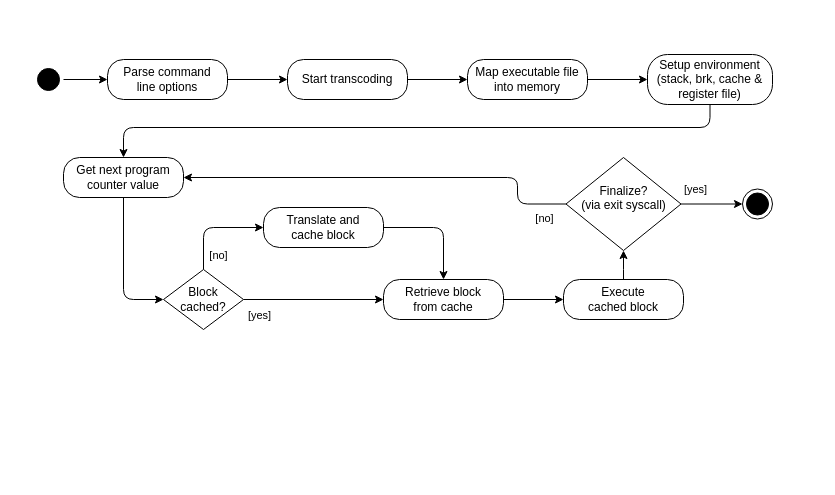
This is documentation/paper/media/strategy.drawio from ria-jit/ria-jit, a draw.io file, before an edit. Source tidied: cells renumbered, new cells numbered last; positions are measured from the earlier drawing's top-left corner, leaving out a move shared by most shapes. Both pictures are drawn from the tidied source at 100%, with x=0, y=0 at pixel (33, 54).
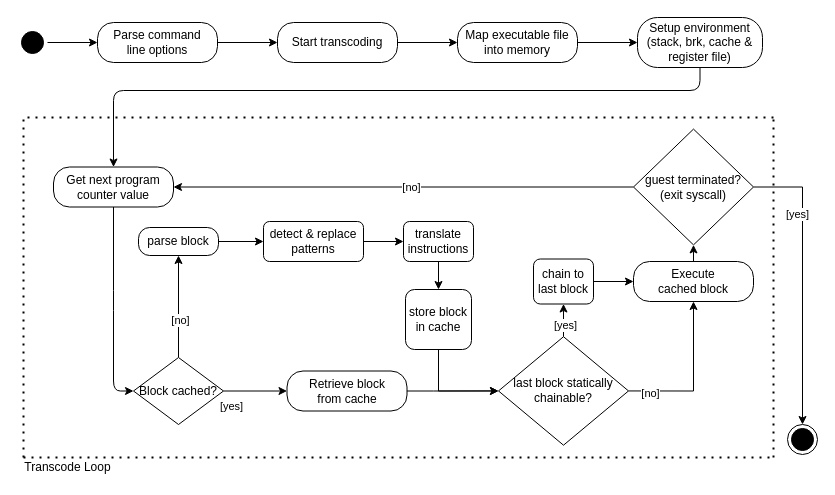
After the change.

The edit, as a diff of the source:
```diff
@@
     <mxCell id="3" style="ellipse;html=1;shape=startState;fillColor=#000000;" parent="1" vertex="1">
-      <mxGeometry y="10" width="30" height="30" as="geometry" />
+      <mxGeometry x="-16" y="-27" width="30" height="30" as="geometry" />
     </mxCell>
@@
     <mxCell id="5" value="Parse command&lt;br&gt;line options" style="rounded=1;whiteSpace=wrap;html=1;arcSize=40;" parent="1" vertex="1">
-      <mxGeometry x="74" y="5" width="120" height="40" as="geometry" />
+      <mxGeometry x="64" y="-32" width="120" height="40" as="geometry" />
     </mxCell>
@@
     <mxCell id="7" value="Start transcoding" style="rounded=1;whiteSpace=wrap;html=1;arcSize=40;" parent="1" vertex="1">
-      <mxGeometry x="254" y="5" width="120" height="40" as="geometry" />
+      <mxGeometry x="244" y="-32" width="120" height="40" as="geometry" />
     </mxCell>
@@
     <mxCell id="9" value="Map executable file into memory" style="rounded=1;whiteSpace=wrap;html=1;arcSize=40;" parent="1" vertex="1">
-      <mxGeometry x="434" y="5" width="120" height="40" as="geometry" />
+      <mxGeometry x="424" y="-32" width="120" height="40" as="geometry" />
     </mxCell>
     <mxCell id="10" style="edgeStyle=orthogonalEdgeStyle;rounded=1;jettySize=auto;html=1;entryX=0.5;entryY=0;entryDx=0;entryDy=0;" parent="1" edge="1" source="11" target="19">
       <mxGeometry relative="1" as="geometry">
         <Array as="points">
-          <mxPoint x="677" y="73" />
-          <mxPoint x="90" y="73" />
+          <mxPoint x="667" y="36" />
+          <mxPoint x="80" y="36" />
         </Array>
       </mxGeometry>
     </mxCell>
     <mxCell id="11" value="Setup environment (stack, brk, cache &amp;amp; register file)" style="rounded=1;whiteSpace=wrap;html=1;arcSize=40;" parent="1" vertex="1">
-      <mxGeometry x="614" width="125" height="50" as="geometry" />
+      <mxGeometry x="604" y="-37" width="125" height="50" as="geometry" />
     </mxCell>
-    <mxCell id="12" style="edgeStyle=orthogonalEdgeStyle;jettySize=auto;html=1;entryX=1;entryY=0.5;entryDx=0;entryDy=0;rounded=1;" parent="1" edge="1" source="16" target="19">
-      <mxGeometry relative="1" as="geometry">
-        <Array as="points">
-          <mxPoint x="484" y="150" />
-          <mxPoint x="484" y="123" />
-        </Array>
-      </mxGeometry>
-    </mxCell>
-    <mxCell id="13" value="[no]" style="edgeLabel;html=1;align=center;verticalAlign=middle;" parent="12" vertex="1">
-      <mxGeometry x="-0.9" y="1" relative="1" as="geometry">
-        <mxPoint x="-2" y="12.5" as="offset" />
-      </mxGeometry>
-    </mxCell>
-    <mxCell id="14" style="edgeStyle=orthogonalEdgeStyle;rounded=1;jettySize=auto;html=1;entryX=0;entryY=0.5;entryDx=0;entryDy=0;" parent="1" edge="1" source="16" target="17">
-      <mxGeometry relative="1" as="geometry" />
-    </mxCell>
-    <mxCell id="15" value="[yes]" style="edgeLabel;html=1;align=center;verticalAlign=middle;" parent="14" vertex="1">
-      <mxGeometry x="-0.56" y="3" relative="1" as="geometry">
-        <mxPoint y="-12" as="offset" />
-      </mxGeometry>
-    </mxCell>
-    <mxCell id="16" value="Finalize?&lt;br&gt;(via exit syscall)" style="rhombus;whiteSpace=wrap;html=1;labelPosition=center;verticalLabelPosition=middle;align=center;verticalAlign=top;spacingTop=20;" parent="1" vertex="1">
-      <mxGeometry x="532.5" y="103" width="115" height="93" as="geometry" />
-    </mxCell>
     <mxCell id="17" style="ellipse;html=1;shape=endState;fillColor=#000000;" parent="1" vertex="1">
-      <mxGeometry x="709" y="134.5" width="30" height="30" as="geometry" />
+      <mxGeometry x="754" y="370" width="30" height="30" as="geometry" />
     </mxCell>
     <mxCell id="18" style="edgeStyle=orthogonalEdgeStyle;rounded=1;jettySize=auto;html=1;entryX=0;entryY=0.5;entryDx=0;entryDy=0;" parent="1" edge="1" source="19" target="26">
       <mxGeometry relative="1" as="geometry">
         <Array as="points">
-          <mxPoint x="90" y="245" />
+          <mxPoint x="80" y="246" />
+          <mxPoint x="80" y="246" />
         </Array>
       </mxGeometry>
     </mxCell>
     <mxCell id="19" value="Get next program counter value" style="rounded=1;whiteSpace=wrap;html=1;arcSize=40;" parent="1" vertex="1">
-      <mxGeometry x="30" y="103" width="120" height="40" as="geometry" />
+      <mxGeometry x="20" y="112.5" width="120" height="40" as="geometry" />
     </mxCell>
-    <mxCell id="20" style="edgeStyle=orthogonalEdgeStyle;rounded=1;jettySize=auto;html=1;entryX=0;entryY=0.5;entryDx=0;entryDy=0;" parent="1" edge="1" source="21" target="30">
-      <mxGeometry relative="1" as="geometry" />
-    </mxCell>
+    <mxCell id="31" style="edgeStyle=orthogonalEdgeStyle;rounded=0;jettySize=auto;html=1;exitX=1;exitY=0.5;exitDx=0;exitDy=0;entryX=0;entryY=0.5;entryDx=0;entryDy=0;" parent="1" edge="1" source="21" target="45">
+      <mxGeometry relative="1" as="geometry">
+        <Array as="points">
+          <mxPoint x="400" y="337" />
+          <mxPoint x="400" y="337" />
+        </Array>
+      </mxGeometry>
+    </mxCell>
     <mxCell id="21" value="Retrieve block&lt;br&gt;from cache" style="rounded=1;whiteSpace=wrap;html=1;arcSize=40;" parent="1" vertex="1">
-      <mxGeometry x="350" y="225" width="120" height="40" as="geometry" />
+      <mxGeometry x="253.5" y="316.5" width="120" height="40" as="geometry" />
     </mxCell>
-    <mxCell id="22" style="edgeStyle=orthogonalEdgeStyle;rounded=1;jettySize=auto;html=1;entryX=0;entryY=0.5;entryDx=0;entryDy=0;exitX=0.5;exitY=0;exitDx=0;exitDy=0;" parent="1" edge="1" source="26" target="28">
-      <mxGeometry relative="1" as="geometry" />
-    </mxCell>
-    <mxCell id="23" value="[no]" style="edgeLabel;html=1;align=center;verticalAlign=middle;" parent="22" vertex="1">
-      <mxGeometry x="-0.7" y="-1" relative="1" as="geometry">
-        <mxPoint x="13" as="offset" />
-      </mxGeometry>
-    </mxCell>
@@
+    <mxCell id="22" style="edgeStyle=orthogonalEdgeStyle;rounded=0;jettySize=auto;html=1;exitX=0.5;exitY=0;exitDx=0;exitDy=0;entryX=0.5;entryY=1;entryDx=0;entryDy=0;" parent="1" edge="1" source="26" target="28">
+      <mxGeometry relative="1" as="geometry" />
+    </mxCell>
+    <mxCell id="32" value="[no]" style="edgeLabel;html=1;align=center;verticalAlign=middle;" parent="22" vertex="1">
+      <mxGeometry x="-0.26" y="-1" relative="1" as="geometry" />
+    </mxCell>
     <mxCell id="26" value="Block cached?" style="rhombus;whiteSpace=wrap;html=1;" parent="1" vertex="1">
-      <mxGeometry x="130" y="215" width="80" height="60" as="geometry" />
+      <mxGeometry x="100" y="303" width="90" height="67" as="geometry" />
     </mxCell>
-    <mxCell id="27" style="edgeStyle=orthogonalEdgeStyle;rounded=1;jettySize=auto;html=1;entryX=0.5;entryY=0;entryDx=0;entryDy=0;exitX=1;exitY=0.5;exitDx=0;exitDy=0;" parent="1" edge="1" source="28" target="21">
-      <mxGeometry relative="1" as="geometry" />
-    </mxCell>
+    <mxCell id="33" style="edgeStyle=orthogonalEdgeStyle;rounded=0;jettySize=auto;html=1;exitX=1;exitY=0.5;exitDx=0;exitDy=0;" parent="1" edge="1" source="28" target="36">
+      <mxGeometry relative="1" as="geometry" />
+    </mxCell>
-    <mxCell id="28" value="Translate and&lt;br&gt;cache block" style="rounded=1;whiteSpace=wrap;html=1;arcSize=40;" parent="1" vertex="1">
-      <mxGeometry x="230" y="153" width="120" height="40" as="geometry" />
+    <mxCell id="28" value="parse block" style="rounded=1;whiteSpace=wrap;html=1;arcSize=40;" parent="1" vertex="1">
+      <mxGeometry x="105" y="173" width="80" height="28" as="geometry" />
     </mxCell>
-    <mxCell id="29" style="edgeStyle=orthogonalEdgeStyle;rounded=1;jettySize=auto;html=1;entryX=0.5;entryY=1;entryDx=0;entryDy=0;" parent="1" edge="1" source="30" target="16">
-      <mxGeometry relative="1" as="geometry" />
-    </mxCell>
+    <mxCell id="34" style="edgeStyle=orthogonalEdgeStyle;rounded=0;jettySize=auto;html=1;exitX=0.5;exitY=0;exitDx=0;exitDy=0;entryX=0.5;entryY=1;entryDx=0;entryDy=0;" parent="1" edge="1" source="30" target="50">
+      <mxGeometry relative="1" as="geometry" />
+    </mxCell>
     <mxCell id="30" value="Execute&lt;br&gt;cached block" style="rounded=1;whiteSpace=wrap;html=1;arcSize=40;" parent="1" vertex="1">
-      <mxGeometry x="530" y="225" width="120" height="40" as="geometry" />
+      <mxGeometry x="600" y="207" width="120" height="40" as="geometry" />
     </mxCell>
+    <mxCell id="35" style="edgeStyle=orthogonalEdgeStyle;rounded=0;jettySize=auto;html=1;exitX=1;exitY=0.5;exitDx=0;exitDy=0;entryX=0;entryY=0.5;entryDx=0;entryDy=0;" parent="1" edge="1" source="36" target="38">
+      <mxGeometry relative="1" as="geometry" />
+    </mxCell>
+    <mxCell id="36" value="detect &amp;amp; replace patterns" style="rounded=1;whiteSpace=wrap;html=1;" parent="1" vertex="1">
+      <mxGeometry x="230" y="167" width="100" height="40" as="geometry" />
+    </mxCell>
+    <mxCell id="37" style="edgeStyle=orthogonalEdgeStyle;rounded=0;jettySize=auto;html=1;exitX=0.5;exitY=1;exitDx=0;exitDy=0;entryX=0.5;entryY=0;entryDx=0;entryDy=0;" parent="1" edge="1" source="38" target="40">
+      <mxGeometry relative="1" as="geometry" />
+    </mxCell>
+    <mxCell id="38" value="translate instructions" style="rounded=1;whiteSpace=wrap;html=1;" parent="1" vertex="1">
+      <mxGeometry x="370" y="167" width="70" height="40" as="geometry" />
+    </mxCell>
+    <mxCell id="39" style="edgeStyle=orthogonalEdgeStyle;rounded=0;jettySize=auto;html=1;exitX=0.5;exitY=1;exitDx=0;exitDy=0;entryX=0;entryY=0.5;entryDx=0;entryDy=0;" parent="1" edge="1" source="40" target="45">
+      <mxGeometry relative="1" as="geometry">
+        <Array as="points">
+          <mxPoint x="405" y="337" />
+        </Array>
+      </mxGeometry>
+    </mxCell>
+    <mxCell id="40" value="store block in cache" style="rounded=1;whiteSpace=wrap;html=1;" parent="1" vertex="1">
+      <mxGeometry x="372" y="235" width="66" height="60" as="geometry" />
+    </mxCell>
+    <mxCell id="41" style="edgeStyle=orthogonalEdgeStyle;rounded=0;jettySize=auto;html=1;exitX=1;exitY=0.5;exitDx=0;exitDy=0;entryX=0.5;entryY=1;entryDx=0;entryDy=0;" parent="1" edge="1" source="45" target="30">
+      <mxGeometry relative="1" as="geometry" />
+    </mxCell>
+    <mxCell id="42" value="[no]" style="edgeLabel;html=1;align=center;verticalAlign=middle;" parent="41" vertex="1">
+      <mxGeometry x="-0.71" y="-1" relative="1" as="geometry">
+        <mxPoint y="1" as="offset" />
+      </mxGeometry>
+    </mxCell>
+    <mxCell id="43" style="edgeStyle=orthogonalEdgeStyle;rounded=0;jettySize=auto;html=1;exitX=0.5;exitY=0;exitDx=0;exitDy=0;entryX=0.5;entryY=1;entryDx=0;entryDy=0;" parent="1" edge="1" source="45" target="52">
+      <mxGeometry relative="1" as="geometry" />
+    </mxCell>
+    <mxCell id="44" value="[yes]" style="edgeLabel;html=1;align=center;verticalAlign=middle;" parent="43" vertex="1">
+      <mxGeometry x="-0.25" y="-1" relative="1" as="geometry" />
+    </mxCell>
+    <mxCell id="45" value="last block statically chainable?" style="rhombus;whiteSpace=wrap;html=1;" parent="1" vertex="1">
+      <mxGeometry x="465" y="282.2" width="130" height="108.5" as="geometry" />
+    </mxCell>
+    <mxCell id="46" style="edgeStyle=orthogonalEdgeStyle;rounded=0;jettySize=auto;html=1;exitX=0;exitY=0.5;exitDx=0;exitDy=0;entryX=1;entryY=0.5;entryDx=0;entryDy=0;" parent="1" edge="1" source="50" target="19">
+      <mxGeometry relative="1" as="geometry" />
+    </mxCell>
+    <mxCell id="47" value="[no]" style="edgeLabel;html=1;align=center;verticalAlign=middle;" parent="46" vertex="1">
+      <mxGeometry x="0.63" y="-3" relative="1" as="geometry">
+        <mxPoint x="152" y="3" as="offset" />
+      </mxGeometry>
+    </mxCell>
+    <mxCell id="48" style="edgeStyle=orthogonalEdgeStyle;rounded=0;jettySize=auto;html=1;exitX=1;exitY=0.5;exitDx=0;exitDy=0;entryX=0.5;entryY=0;entryDx=0;entryDy=0;" parent="1" edge="1" source="50" target="17">
+      <mxGeometry relative="1" as="geometry" />
+    </mxCell>
+    <mxCell id="49" value="[yes]" style="edgeLabel;html=1;align=center;verticalAlign=middle;" parent="48" vertex="1">
+      <mxGeometry x="-0.79" y="-13" relative="1" as="geometry">
+        <mxPoint x="13" y="14" as="offset" />
+      </mxGeometry>
+    </mxCell>
+    <mxCell id="50" value="&lt;div&gt;guest terminated?&lt;/div&gt;&lt;div&gt;(exit syscall)&lt;br&gt;&lt;/div&gt;" style="rhombus;whiteSpace=wrap;html=1;" parent="1" vertex="1">
+      <mxGeometry x="600" y="74.6" width="120" height="115.8" as="geometry" />
+    </mxCell>
+    <mxCell id="51" style="edgeStyle=orthogonalEdgeStyle;rounded=0;jettySize=auto;html=1;exitX=1;exitY=0.5;exitDx=0;exitDy=0;entryX=0;entryY=0.5;entryDx=0;entryDy=0;" parent="1" edge="1" source="52" target="30">
+      <mxGeometry relative="1" as="geometry" />
+    </mxCell>
+    <mxCell id="52" value="chain to last block" style="rounded=1;whiteSpace=wrap;html=1;" parent="1" vertex="1">
+      <mxGeometry x="500" y="204.5" width="60" height="45" as="geometry" />
+    </mxCell>
+    <mxCell id="53" style="endArrow=none;dashed=1;html=1;dashPattern=1 3;strokeWidth=2;" parent="1" edge="1">
+      <mxGeometry relative="1" as="geometry">
+        <mxPoint x="-10" y="403" as="sourcePoint" />
+        <mxPoint x="-10" y="63" as="targetPoint" />
+      </mxGeometry>
+    </mxCell>
+    <mxCell id="54" style="endArrow=none;dashed=1;html=1;dashPattern=1 3;strokeWidth=2;" parent="1" edge="1">
+      <mxGeometry relative="1" as="geometry">
+        <mxPoint x="-10" y="403" as="sourcePoint" />
+        <mxPoint x="740" y="403" as="targetPoint" />
+      </mxGeometry>
+    </mxCell>
+    <mxCell id="55" style="endArrow=none;dashed=1;html=1;dashPattern=1 3;strokeWidth=2;" parent="1" edge="1">
+      <mxGeometry relative="1" as="geometry">
+        <mxPoint x="740" y="403" as="sourcePoint" />
+        <mxPoint x="740" y="63" as="targetPoint" />
+      </mxGeometry>
+    </mxCell>
+    <mxCell id="56" style="endArrow=none;dashed=1;html=1;dashPattern=1 3;strokeWidth=2;" parent="1" edge="1">
+      <mxGeometry relative="1" as="geometry">
+        <mxPoint x="-6" y="63" as="sourcePoint" />
+        <mxPoint x="744" y="63" as="targetPoint" />
+      </mxGeometry>
+    </mxCell>
+    <mxCell id="57" value="Transcode Loop" style="text;html=1;align=center;verticalAlign=middle;" parent="1" vertex="1">
+      <mxGeometry x="-16" y="403" width="100" height="20" as="geometry" />
+    </mxCell>
```
